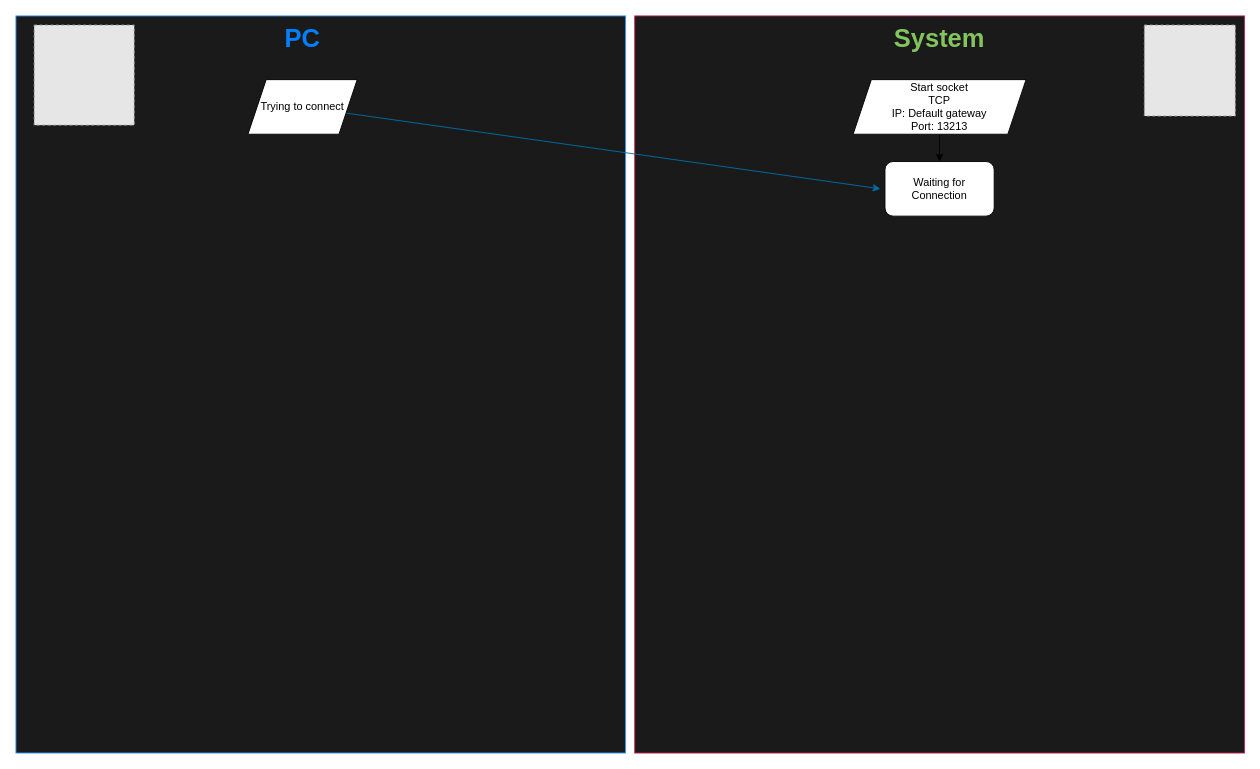
Before: Docs/Desktop_communication.drawio in nadav26740/GamePI, a draw.io diagram. Source tidied: cells renumbered, new cells numbered last; positions are measured from the earlier drawing's top-left corner, leaving out a move shared by most shapes. Both pictures are drawn from the tidied source at 91%, with x=0, y=0 at pixel (15, 15). Pictures stored in the file or linked from it are replaced by grey dashed boxes.
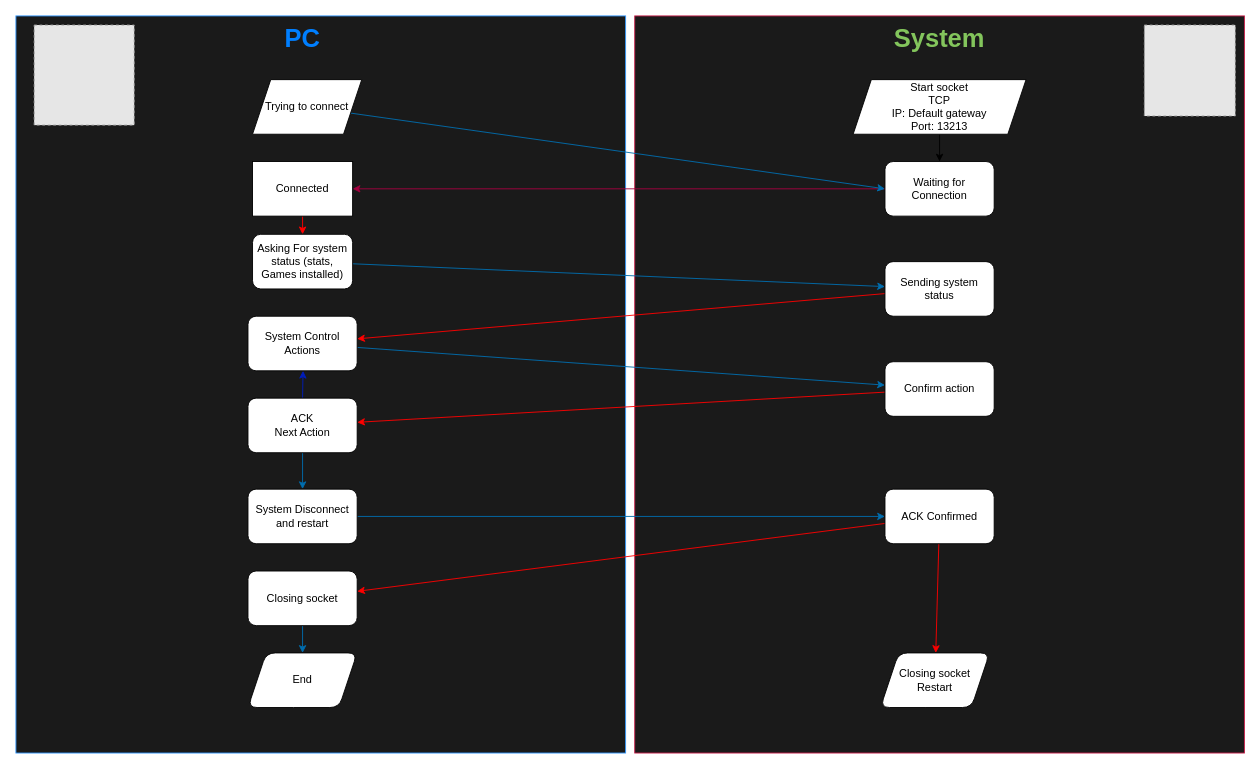
The same diagram, later.

Commit message:
Desktop communications updated

Unchanged cells that the change refers to:
```xml
<mxCell id="10" value="Waiting for Connection" style="rounded=1;whiteSpace=wrap;html=1;" parent="1" vertex="1">
  <mxGeometry x="955" y="160" width="120" height="60" as="geometry" />
</mxCell>
```

The edit, as a diff of the source:
```diff
@@
+    <mxCell id="13" style="edgeStyle=none;html=1;entryX=1;entryY=0.5;entryDx=0;entryDy=0;fillColor=#d80073;strokeColor=#A50040;" parent="1" edge="1" source="10" target="15">
+      <mxGeometry relative="1" as="geometry" />
+    </mxCell>
@@
-    <mxCell id="11" style="edgeStyle=none;html=1;fillColor=#1ba1e2;strokeColor=#006EAF;" parent="1" edge="1" source="12">
-      <mxGeometry relative="1" as="geometry">
-        <mxPoint x="950" y="190" as="targetPoint" />
-      </mxGeometry>
+    <mxCell id="11" style="edgeStyle=none;html=1;fillColor=#1ba1e2;strokeColor=#006EAF;entryX=0;entryY=0.5;entryDx=0;entryDy=0;" parent="1" edge="1" source="12" target="10">
+      <mxGeometry relative="1" as="geometry" />
     </mxCell>
     <mxCell id="12" value="Trying to connect" style="shape=parallelogram;perimeter=parallelogramPerimeter;whiteSpace=wrap;html=1;fixedSize=1;" parent="1" vertex="1">
-      <mxGeometry x="255" y="70" width="120" height="60" as="geometry" />
+      <mxGeometry x="260" y="70" width="120" height="60" as="geometry" />
     </mxCell>
+    <mxCell id="14" style="edgeStyle=none;html=1;strokeColor=#FF0000;" parent="1" edge="1" source="15" target="17">
+      <mxGeometry relative="1" as="geometry" />
+    </mxCell>
+    <mxCell id="15" value="Connected" style="whiteSpace=wrap;html=1;" parent="1" vertex="1">
+      <mxGeometry x="260" y="160" width="110" height="60" as="geometry" />
+    </mxCell>
+    <mxCell id="16" style="edgeStyle=none;html=1;strokeColor=#006EAF;fillColor=#1ba1e2;" parent="1" edge="1" source="17" target="19">
+      <mxGeometry relative="1" as="geometry" />
+    </mxCell>
+    <mxCell id="17" value="Asking For system status (stats, Games installed)" style="rounded=1;whiteSpace=wrap;html=1;" parent="1" vertex="1">
+      <mxGeometry x="260" y="240" width="110" height="60" as="geometry" />
+    </mxCell>
+    <mxCell id="18" style="edgeStyle=none;html=1;strokeColor=#FF0000;" parent="1" edge="1" source="19" target="21">
+      <mxGeometry relative="1" as="geometry" />
+    </mxCell>
+    <mxCell id="19" value="Sending system status" style="whiteSpace=wrap;html=1;rounded=1;" parent="1" vertex="1">
+      <mxGeometry x="955" y="270" width="120" height="60" as="geometry" />
+    </mxCell>
+    <mxCell id="20" style="edgeStyle=none;html=1;strokeColor=#006EAF;fillColor=#1ba1e2;" parent="1" edge="1" source="21" target="23">
+      <mxGeometry relative="1" as="geometry" />
+    </mxCell>
+    <mxCell id="21" value="System Control Actions" style="rounded=1;whiteSpace=wrap;html=1;" parent="1" vertex="1">
+      <mxGeometry x="255" y="330" width="120" height="60" as="geometry" />
+    </mxCell>
+    <mxCell id="22" style="edgeStyle=none;html=1;strokeColor=#FF0000;" parent="1" edge="1" source="23" target="26">
+      <mxGeometry relative="1" as="geometry" />
+    </mxCell>
+    <mxCell id="23" value="Confirm action" style="whiteSpace=wrap;html=1;rounded=1;" parent="1" vertex="1">
+      <mxGeometry x="955" y="380" width="120" height="60" as="geometry" />
+    </mxCell>
+    <mxCell id="24" style="edgeStyle=none;html=1;exitX=0.5;exitY=0;exitDx=0;exitDy=0;strokeColor=#001DBC;fillColor=#0050ef;" parent="1" edge="1" source="26">
+      <mxGeometry relative="1" as="geometry">
+        <mxPoint x="315.5" y="390" as="targetPoint" />
+      </mxGeometry>
+    </mxCell>
+    <mxCell id="25" style="edgeStyle=none;html=1;strokeColor=#006EAF;fillColor=#1ba1e2;" parent="1" edge="1" source="26" target="28">
+      <mxGeometry relative="1" as="geometry" />
+    </mxCell>
+    <mxCell id="26" value="ACK&lt;br&gt;Next Action" style="whiteSpace=wrap;html=1;rounded=1;" parent="1" vertex="1">
+      <mxGeometry x="255" y="420" width="120" height="60" as="geometry" />
+    </mxCell>
+    <mxCell id="27" style="edgeStyle=none;html=1;strokeColor=#006EAF;fillColor=#1ba1e2;" parent="1" edge="1" source="28" target="31">
+      <mxGeometry relative="1" as="geometry" />
+    </mxCell>
+    <mxCell id="28" value="System Disconnect and restart" style="whiteSpace=wrap;html=1;rounded=1;" parent="1" vertex="1">
+      <mxGeometry x="255" y="520" width="120" height="60" as="geometry" />
+    </mxCell>
+    <mxCell id="29" style="edgeStyle=none;html=1;strokeColor=#FF0000;" parent="1" edge="1" source="31" target="33">
+      <mxGeometry relative="1" as="geometry" />
+    </mxCell>
+    <mxCell id="30" style="edgeStyle=none;html=1;strokeColor=#FF0000;" parent="1" edge="1" source="31" target="35">
+      <mxGeometry relative="1" as="geometry" />
+    </mxCell>
+    <mxCell id="31" value="ACK Confirmed" style="whiteSpace=wrap;html=1;rounded=1;" parent="1" vertex="1">
+      <mxGeometry x="955" y="520" width="120" height="60" as="geometry" />
+    </mxCell>
+    <mxCell id="32" style="edgeStyle=none;html=1;strokeColor=#006EAF;fillColor=#1ba1e2;" parent="1" edge="1" source="33" target="34">
+      <mxGeometry relative="1" as="geometry" />
+    </mxCell>
+    <mxCell id="33" value="Closing socket" style="whiteSpace=wrap;html=1;rounded=1;" parent="1" vertex="1">
+      <mxGeometry x="255" y="610" width="120" height="60" as="geometry" />
+    </mxCell>
+    <mxCell id="34" value="End" style="shape=parallelogram;perimeter=parallelogramPerimeter;whiteSpace=wrap;html=1;fixedSize=1;rounded=1;" parent="1" vertex="1">
+      <mxGeometry x="255" y="700" width="120" height="60" as="geometry" />
+    </mxCell>
+    <mxCell id="35" value="Closing socket&lt;br&gt;Restart" style="shape=parallelogram;perimeter=parallelogramPerimeter;whiteSpace=wrap;html=1;fixedSize=1;rounded=1;" parent="1" vertex="1">
+      <mxGeometry x="950" y="700" width="120" height="60" as="geometry" />
+    </mxCell>
```
